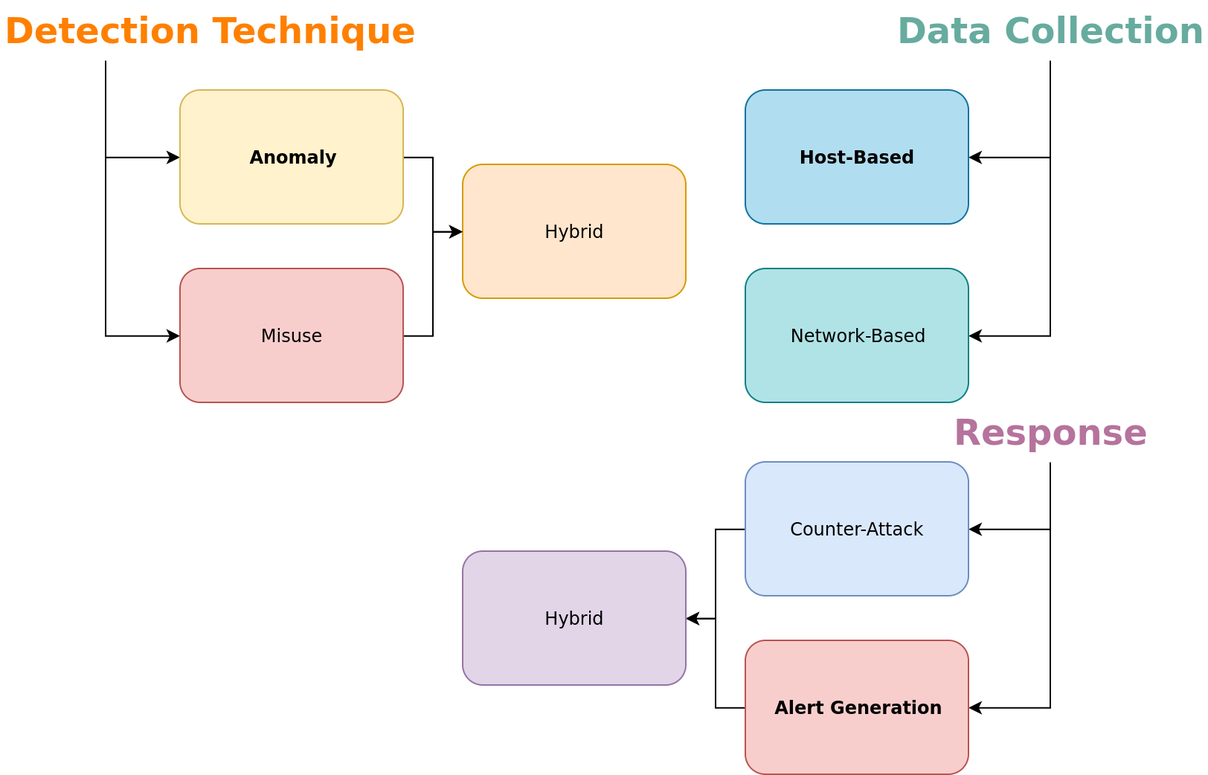
Earlier version of the draw.io export figures/ids-overview.png (willfindlay/honors-thesis). Source tidied: cells renumbered, new cells last; positions are measured from the earlier drawing's top-left corner, leaving out a move shared by most shapes.
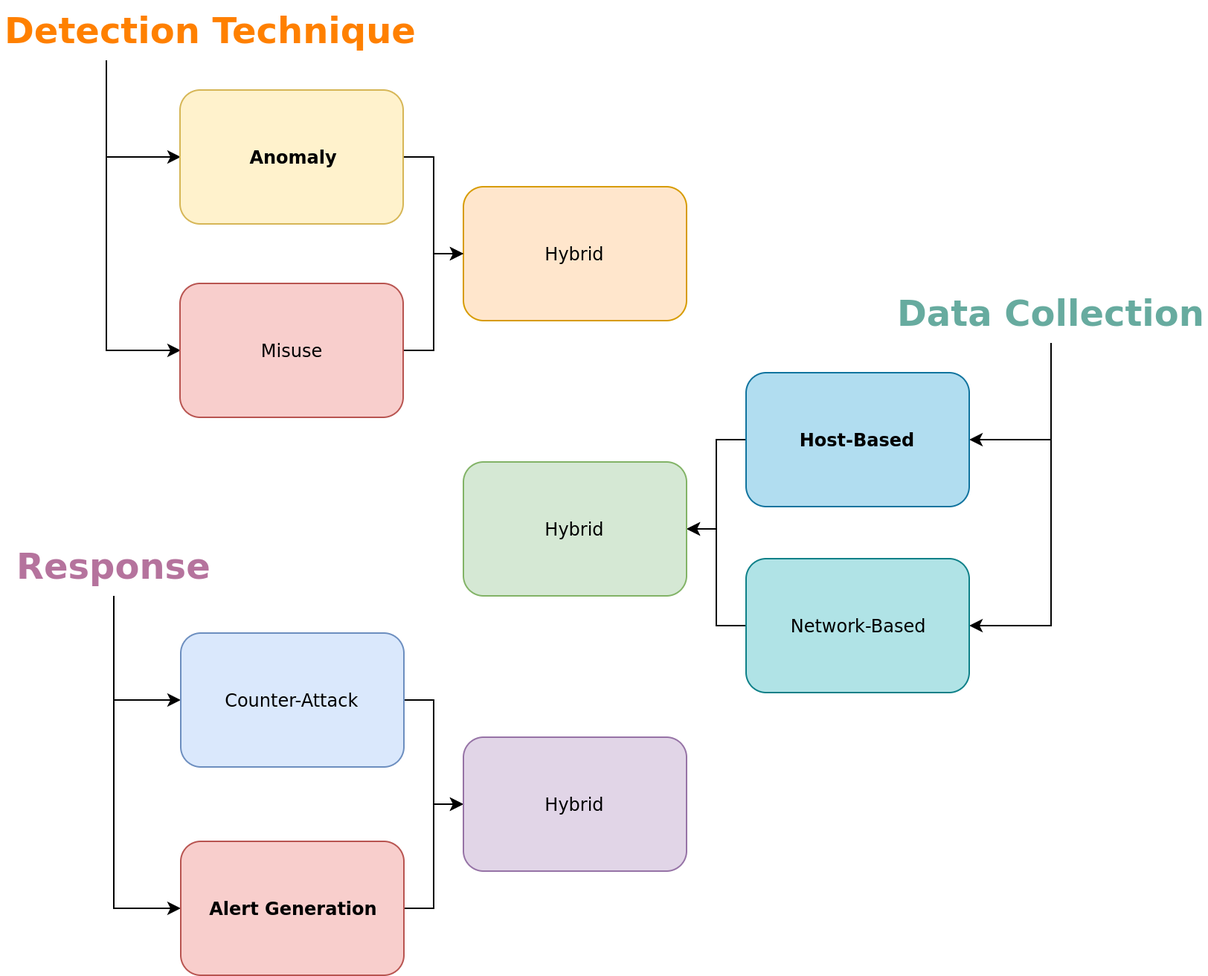
After the commit.

Diff of the diagram source:
```diff
@@ -18,16 +18,22 @@
       <mxGeometry relative="1" as="geometry" />
     </mxCell>
     <mxCell id="7" value="&lt;font color=&quot;#67ab9f&quot;&gt;Data Collection&lt;/font&gt;" style="text;strokeColor=none;fillColor=none;html=1;fontSize=24;fontStyle=1;verticalAlign=middle;align=center;fontColor=#9933FF;" parent="1" vertex="1">
-      <mxGeometry x="599.5" width="210" height="40" as="geometry" />
+      <mxGeometry x="600" y="190" width="210" height="40" as="geometry" />
     </mxCell>
+    <mxCell id="23" style="edgeStyle=orthogonalEdgeStyle;rounded=0;jettySize=auto;html=1;exitX=0;exitY=0.5;exitDx=0;exitDy=0;entryX=1;entryY=0.5;entryDx=0;entryDy=0;" parent="1" edge="1" source="8" target="25">
+      <mxGeometry relative="1" as="geometry" />
+    </mxCell>
     <mxCell id="8" value="Network-Based" style="rounded=1;whiteSpace=wrap;html=1;align=center;fillColor=#b0e3e6;strokeColor=#0e8088;" parent="1" vertex="1">
-      <mxGeometry x="499.5" y="180" width="150" height="90" as="geometry" />
+      <mxGeometry x="500" y="375" width="150" height="90" as="geometry" />
     </mxCell>
+    <mxCell id="24" style="edgeStyle=orthogonalEdgeStyle;rounded=0;jettySize=auto;html=1;exitX=0;exitY=0.5;exitDx=0;exitDy=0;entryX=1;entryY=0.5;entryDx=0;entryDy=0;" parent="1" edge="1" source="9" target="25">
+      <mxGeometry relative="1" as="geometry" />
+    </mxCell>
     <mxCell id="9" value="Host-Based" style="rounded=1;whiteSpace=wrap;html=1;align=center;fillColor=#b1ddf0;strokeColor=#10739e;fontStyle=1;" parent="1" vertex="1">
-      <mxGeometry x="499.5" y="60" width="150" height="90" as="geometry" />
+      <mxGeometry x="500" y="250" width="150" height="90" as="geometry" />
     </mxCell>
     <mxCell id="10" value="Hybrid" style="rounded=1;whiteSpace=wrap;html=1;align=center;fillColor=#ffe6cc;strokeColor=#d79b00;" parent="1" vertex="1">
-      <mxGeometry x="309.5" y="110" width="150" height="90" as="geometry" />
+      <mxGeometry x="310" y="125" width="150" height="90" as="geometry" />
     </mxCell>
     <mxCell id="11" style="edgeStyle=orthogonalEdgeStyle;rounded=0;jettySize=auto;html=1;exitX=1;exitY=0.5;exitDx=0;exitDy=0;entryX=0;entryY=0.5;entryDx=0;entryDy=0;" parent="1" edge="1" source="12" target="10">
       <mxGeometry relative="1" as="geometry" />
@@ -35,35 +41,38 @@
     <mxCell id="12" value="Anomaly" style="rounded=1;whiteSpace=wrap;html=1;align=center;fillColor=#fff2cc;strokeColor=#d6b656;fontStyle=1;" parent="1" vertex="1">
       <mxGeometry x="119.5" y="60" width="150" height="90" as="geometry" />
     </mxCell>
-    <mxCell id="13" style="edgeStyle=orthogonalEdgeStyle;rounded=0;jettySize=auto;html=1;exitX=0.5;exitY=1;exitDx=0;exitDy=0;entryX=1;entryY=0.5;entryDx=0;entryDy=0;" parent="1" edge="1" source="15" target="19">
+    <mxCell id="13" style="edgeStyle=orthogonalEdgeStyle;rounded=0;jettySize=auto;html=1;exitX=0.5;exitY=1;exitDx=0;exitDy=0;entryX=0;entryY=0.5;entryDx=0;entryDy=0;" parent="1" edge="1" source="15" target="19">
       <mxGeometry relative="1" as="geometry" />
     </mxCell>
-    <mxCell id="14" style="edgeStyle=orthogonalEdgeStyle;rounded=0;jettySize=auto;html=1;exitX=0.5;exitY=1;exitDx=0;exitDy=0;entryX=1;entryY=0.5;entryDx=0;entryDy=0;" parent="1" edge="1" source="15" target="17">
+    <mxCell id="14" style="edgeStyle=orthogonalEdgeStyle;rounded=0;jettySize=auto;html=1;exitX=0.5;exitY=1;exitDx=0;exitDy=0;entryX=0;entryY=0.5;entryDx=0;entryDy=0;" parent="1" edge="1" source="15" target="17">
       <mxGeometry relative="1" as="geometry" />
     </mxCell>
     <mxCell id="15" value="&lt;font color=&quot;#b5739d&quot;&gt;Response&lt;/font&gt;" style="text;strokeColor=none;fillColor=none;html=1;fontSize=24;fontStyle=1;verticalAlign=middle;align=center;fontColor=#00CCCC;" parent="1" vertex="1">
-      <mxGeometry x="629.5" y="270" width="150" height="40" as="geometry" />
+      <mxGeometry x="-0.5" y="360" width="150" height="40" as="geometry" />
     </mxCell>
-    <mxCell id="16" style="edgeStyle=orthogonalEdgeStyle;rounded=0;jettySize=auto;html=1;exitX=0;exitY=0.5;exitDx=0;exitDy=0;" parent="1" edge="1" source="17" target="22">
+    <mxCell id="16" style="edgeStyle=orthogonalEdgeStyle;rounded=0;jettySize=auto;html=1;exitX=1;exitY=0.5;exitDx=0;exitDy=0;" parent="1" edge="1" source="17" target="22">
       <mxGeometry relative="1" as="geometry" />
     </mxCell>
     <mxCell id="17" value="Alert Generation" style="rounded=1;whiteSpace=wrap;html=1;align=center;fillColor=#f8cecc;strokeColor=#b85450;fontStyle=1;" parent="1" vertex="1">
-      <mxGeometry x="499.5" y="430" width="150" height="90" as="geometry" />
+      <mxGeometry x="120" y="565" width="150" height="90" as="geometry" />
     </mxCell>
-    <mxCell id="18" style="edgeStyle=orthogonalEdgeStyle;rounded=0;jettySize=auto;html=1;exitX=0;exitY=0.5;exitDx=0;exitDy=0;entryX=1;entryY=0.5;entryDx=0;entryDy=0;" parent="1" edge="1" source="19" target="22">
+    <mxCell id="18" style="edgeStyle=orthogonalEdgeStyle;rounded=0;jettySize=auto;html=1;exitX=1;exitY=0.5;exitDx=0;exitDy=0;entryX=0;entryY=0.5;entryDx=0;entryDy=0;" parent="1" edge="1" source="19" target="22">
       <mxGeometry relative="1" as="geometry" />
     </mxCell>
     <mxCell id="19" value="Counter-Attack" style="rounded=1;whiteSpace=wrap;html=1;align=center;fillColor=#dae8fc;strokeColor=#6c8ebf;" parent="1" vertex="1">
-      <mxGeometry x="499.5" y="310" width="150" height="90" as="geometry" />
+      <mxGeometry x="120" y="425" width="150" height="90" as="geometry" />
     </mxCell>
     <mxCell id="20" style="edgeStyle=orthogonalEdgeStyle;rounded=0;jettySize=auto;html=1;exitX=1;exitY=0.5;exitDx=0;exitDy=0;entryX=0;entryY=0.5;entryDx=0;entryDy=0;" parent="1" edge="1" source="21" target="10">
       <mxGeometry relative="1" as="geometry" />
     </mxCell>
     <mxCell id="21" value="Misuse" style="rounded=1;whiteSpace=wrap;html=1;align=center;fillColor=#f8cecc;strokeColor=#b85450;" parent="1" vertex="1">
-      <mxGeometry x="119.5" y="180" width="150" height="90" as="geometry" />
+      <mxGeometry x="119.5" y="190" width="150" height="90" as="geometry" />
     </mxCell>
     <mxCell id="22" value="Hybrid" style="rounded=1;whiteSpace=wrap;html=1;align=center;fillColor=#e1d5e7;strokeColor=#9673a6;" parent="1" vertex="1">
-      <mxGeometry x="309.5" y="370" width="150" height="90" as="geometry" />
+      <mxGeometry x="310" y="495" width="150" height="90" as="geometry" />
     </mxCell>
+    <mxCell id="25" value="Hybrid" style="rounded=1;whiteSpace=wrap;html=1;align=center;fillColor=#d5e8d4;strokeColor=#82b366;" parent="1" vertex="1">
+      <mxGeometry x="310" y="310" width="150" height="90" as="geometry" />
+    </mxCell>
   </root>
 </mxGraphModel>
```
